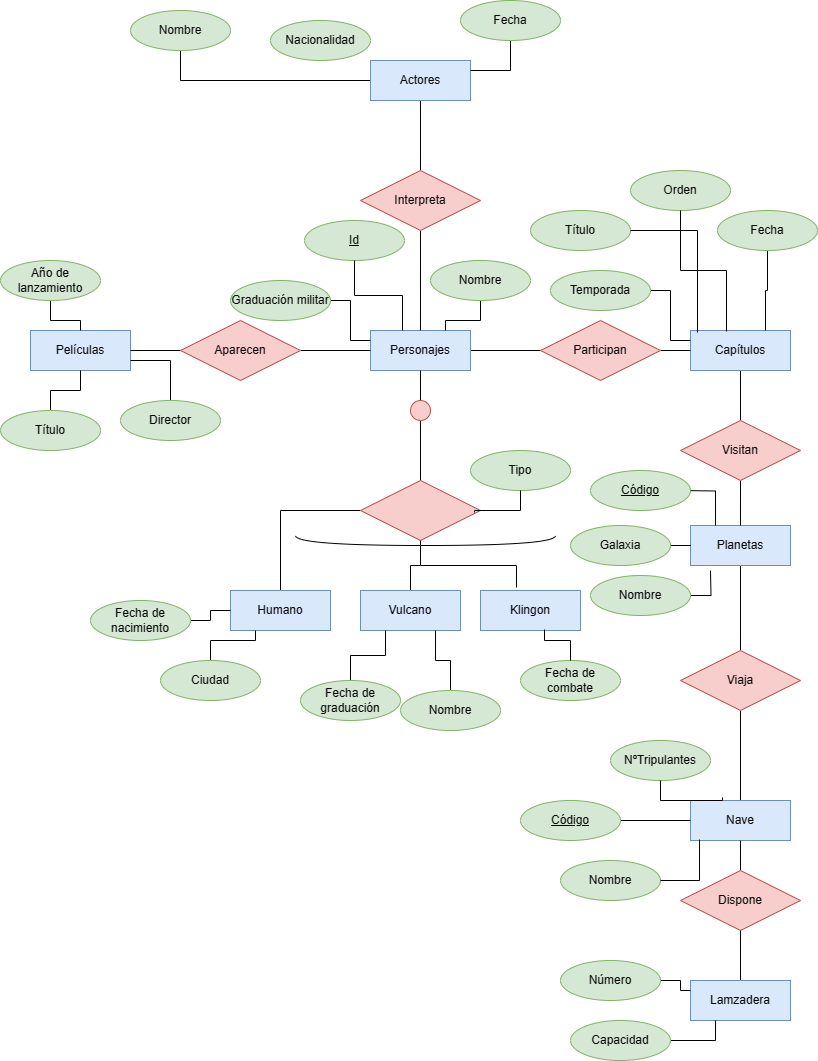
Earlier version of the draw.io export Unidad-1/Tareas/Tarea evaluable 3/Tarea 3 entregable .drawio.png (GgbGabrielGarcia/Base-Datos). Source tidied: cells renumbered, new cells last; positions are measured from the earlier drawing's top-left corner, leaving out a move shared by most shapes.
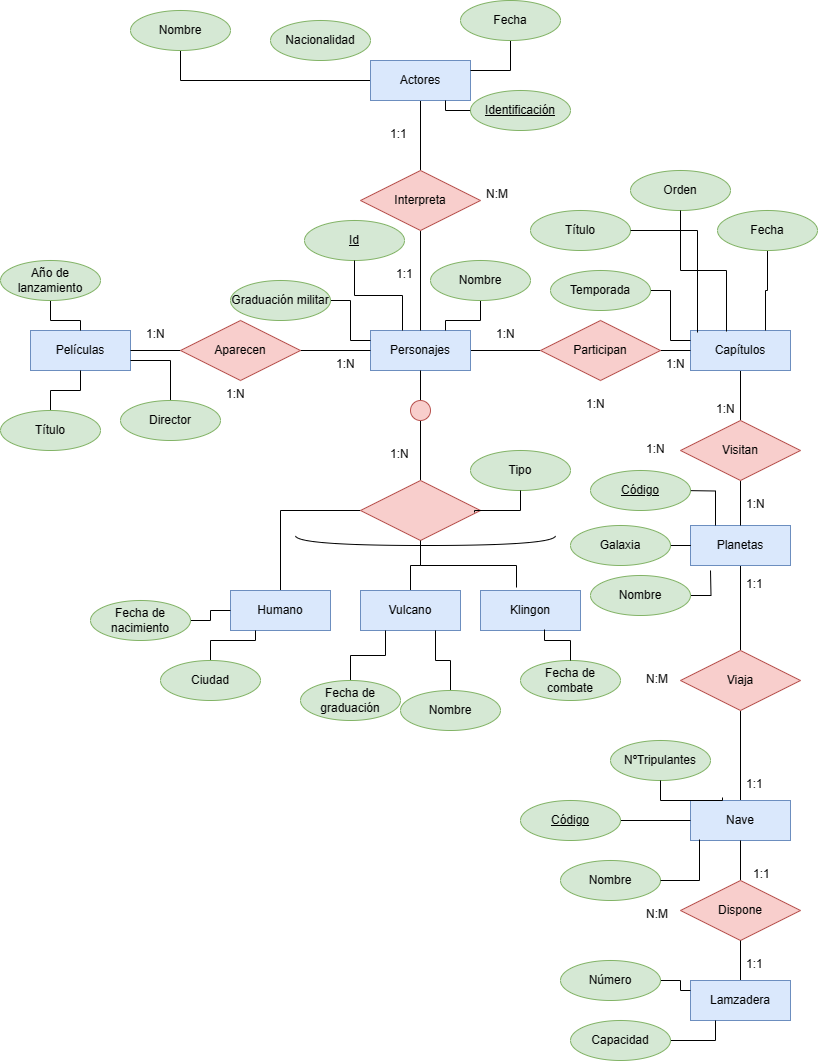
The same file after the commit.

What changed in the source:
```diff
@@ -202,7 +202,7 @@
       <mxGeometry relative="1" as="geometry" />
     </mxCell>
     <mxCell id="67" value="Dispone" style="shape=rhombus;perimeter=rhombusPerimeter;whiteSpace=wrap;html=1;align=center;fillColor=#f8cecc;strokeColor=#b85450;" parent="1" vertex="1">
-      <mxGeometry x="680" y="870" width="120" height="60" as="geometry" />
+      <mxGeometry x="680" y="880" width="120" height="60" as="geometry" />
     </mxCell>
     <mxCell id="68" style="edgeStyle=orthogonalEdgeStyle;rounded=0;jettySize=auto;html=1;entryX=0.5;entryY=1;entryDx=0;entryDy=0;endArrow=none;endFill=0;" parent="1" edge="1" source="69" target="67">
       <mxGeometry relative="1" as="geometry" />
@@ -276,5 +276,70 @@
     <mxCell id="91" value="Capacidad" style="ellipse;whiteSpace=wrap;html=1;align=center;fillColor=#d5e8d4;strokeColor=#82b366;" parent="1" vertex="1">
       <mxGeometry x="570" y="1020" width="100" height="40" as="geometry" />
     </mxCell>
+    <mxCell id="92" style="edgeStyle=orthogonalEdgeStyle;rounded=0;jettySize=auto;html=1;entryX=0.75;entryY=1;entryDx=0;entryDy=0;endArrow=none;endFill=0;" parent="1" edge="1" target="4">
+      <mxGeometry relative="1" as="geometry">
+        <mxPoint x="480" y="110" as="sourcePoint" />
+      </mxGeometry>
+    </mxCell>
+    <mxCell id="93" value="Identificación" style="ellipse;whiteSpace=wrap;html=1;align=center;fontStyle=4;fillColor=#d5e8d4;strokeColor=#82b366;" parent="1" vertex="1">
+      <mxGeometry x="470" y="90" width="100" height="40" as="geometry" />
+    </mxCell>
+    <mxCell id="94" value="1:1" style="text;strokeColor=none;fillColor=none;spacingLeft=4;spacingRight=4;overflow=hidden;fontSize=12;whiteSpace=wrap;html=1;" parent="1" vertex="1">
+      <mxGeometry x="384" y="120" width="40" height="30" as="geometry" />
+    </mxCell>
+    <mxCell id="95" value="1:1" style="text;strokeColor=none;fillColor=none;spacingLeft=4;spacingRight=4;overflow=hidden;fontSize=12;whiteSpace=wrap;html=1;" parent="1" vertex="1">
+      <mxGeometry x="390" y="260" width="40" height="30" as="geometry" />
+    </mxCell>
+    <mxCell id="96" value="1:N" style="text;strokeColor=none;fillColor=none;spacingLeft=4;spacingRight=4;overflow=hidden;fontSize=12;whiteSpace=wrap;html=1;" parent="1" vertex="1">
+      <mxGeometry x="660" y="350" width="40" height="30" as="geometry" />
+    </mxCell>
+    <mxCell id="97" value="1:N" style="text;strokeColor=none;fillColor=none;spacingLeft=4;spacingRight=4;overflow=hidden;fontSize=12;whiteSpace=wrap;html=1;" parent="1" vertex="1">
+      <mxGeometry x="490" y="320" width="40" height="30" as="geometry" />
+    </mxCell>
+    <mxCell id="98" value="1:N" style="text;strokeColor=none;fillColor=none;spacingLeft=4;spacingRight=4;overflow=hidden;fontSize=12;whiteSpace=wrap;html=1;" parent="1" vertex="1">
+      <mxGeometry x="140" y="320" width="40" height="30" as="geometry" />
+    </mxCell>
+    <mxCell id="99" value="1:N" style="text;strokeColor=none;fillColor=none;spacingLeft=4;spacingRight=4;overflow=hidden;fontSize=12;whiteSpace=wrap;html=1;" parent="1" vertex="1">
+      <mxGeometry x="330" y="350" width="40" height="30" as="geometry" />
+    </mxCell>
+    <mxCell id="100" value="1:N" style="text;strokeColor=none;fillColor=none;spacingLeft=4;spacingRight=4;overflow=hidden;fontSize=12;whiteSpace=wrap;html=1;" parent="1" vertex="1">
+      <mxGeometry x="740" y="490" width="40" height="30" as="geometry" />
+    </mxCell>
+    <mxCell id="101" value="1:N" style="text;strokeColor=none;fillColor=none;spacingLeft=4;spacingRight=4;overflow=hidden;fontSize=12;whiteSpace=wrap;html=1;" parent="1" vertex="1">
+      <mxGeometry x="710" y="395" width="40" height="30" as="geometry" />
+    </mxCell>
+    <mxCell id="102" value="1:1" style="text;strokeColor=none;fillColor=none;spacingLeft=4;spacingRight=4;overflow=hidden;fontSize=12;whiteSpace=wrap;html=1;" parent="1" vertex="1">
+      <mxGeometry x="740" y="770" width="40" height="30" as="geometry" />
+    </mxCell>
+    <mxCell id="103" value="1:1" style="text;strokeColor=none;fillColor=none;spacingLeft=4;spacingRight=4;overflow=hidden;fontSize=12;whiteSpace=wrap;html=1;" parent="1" vertex="1">
+      <mxGeometry x="740" y="570" width="40" height="30" as="geometry" />
+    </mxCell>
+    <mxCell id="104" value="1:1" style="text;strokeColor=none;fillColor=none;spacingLeft=4;spacingRight=4;overflow=hidden;fontSize=12;whiteSpace=wrap;html=1;" parent="1" vertex="1">
+      <mxGeometry x="740" y="950" width="40" height="30" as="geometry" />
+    </mxCell>
+    <mxCell id="105" value="1:1" style="text;strokeColor=none;fillColor=none;spacingLeft=4;spacingRight=4;overflow=hidden;fontSize=12;whiteSpace=wrap;html=1;" parent="1" vertex="1">
+      <mxGeometry x="747" y="860" width="40" height="30" as="geometry" />
+    </mxCell>
+    <mxCell id="106" value="N:M" style="text;strokeColor=none;fillColor=none;spacingLeft=4;spacingRight=4;overflow=hidden;fontSize=12;whiteSpace=wrap;html=1;" parent="1" vertex="1">
+      <mxGeometry x="640" y="900" width="40" height="30" as="geometry" />
+    </mxCell>
+    <mxCell id="107" value="N:M" style="text;strokeColor=none;fillColor=none;spacingLeft=4;spacingRight=4;overflow=hidden;fontSize=12;whiteSpace=wrap;html=1;" parent="1" vertex="1">
+      <mxGeometry x="640" y="665" width="40" height="30" as="geometry" />
+    </mxCell>
+    <mxCell id="108" value="1:N" style="text;strokeColor=none;fillColor=none;spacingLeft=4;spacingRight=4;overflow=hidden;fontSize=12;whiteSpace=wrap;html=1;" parent="1" vertex="1">
+      <mxGeometry x="580" y="390" width="40" height="30" as="geometry" />
+    </mxCell>
+    <mxCell id="109" value="1:N" style="text;strokeColor=none;fillColor=none;spacingLeft=4;spacingRight=4;overflow=hidden;fontSize=12;whiteSpace=wrap;html=1;" parent="1" vertex="1">
+      <mxGeometry x="640" y="435" width="40" height="30" as="geometry" />
+    </mxCell>
+    <mxCell id="110" value="1:N" style="text;strokeColor=none;fillColor=none;spacingLeft=4;spacingRight=4;overflow=hidden;fontSize=12;whiteSpace=wrap;html=1;" parent="1" vertex="1">
+      <mxGeometry x="220" y="380" width="40" height="30" as="geometry" />
+    </mxCell>
+    <mxCell id="111" value="N:M" style="text;strokeColor=none;fillColor=none;spacingLeft=4;spacingRight=4;overflow=hidden;fontSize=12;whiteSpace=wrap;html=1;" parent="1" vertex="1">
+      <mxGeometry x="480" y="180" width="40" height="30" as="geometry" />
+    </mxCell>
+    <mxCell id="112" value="1:N" style="text;strokeColor=none;fillColor=none;spacingLeft=4;spacingRight=4;overflow=hidden;fontSize=12;whiteSpace=wrap;html=1;" parent="1" vertex="1">
+      <mxGeometry x="384" y="440" width="40" height="30" as="geometry" />
+    </mxCell>
   </root>
 </mxGraphModel>
```
